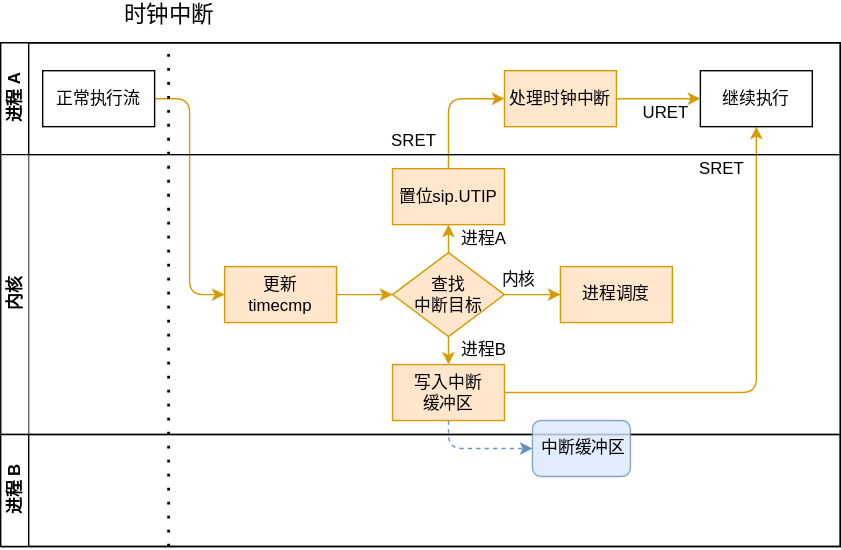
Before: docs/src/assets/uti.svg, a diagram exported from draw.io (oscomp/2021oscomp-best-kernel-design-impl). Source tidied: cells renumbered, new cells last; positions are measured from the earlier drawing's top-left corner, leaving out a move shared by most shapes.
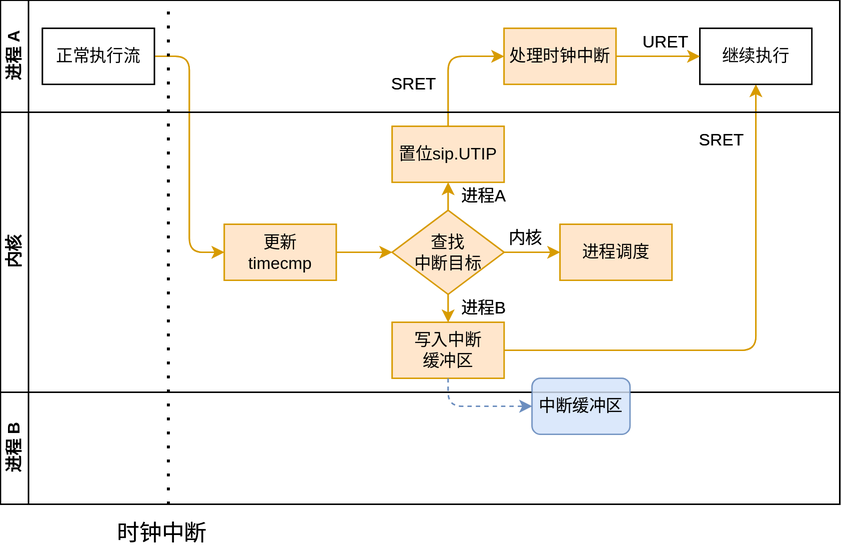
The same diagram one commit later.

The edit, as a diff of the source:
```diff
@@ -3,7 +3,7 @@
     <mxCell id="0" />
     <mxCell id="1" parent="0" />
     <mxCell id="2" style="swimlane;html=1;horizontal=0;startSize=0;" parent="1" vertex="1">
-      <mxGeometry y="30" width="600" height="360" as="geometry" />
+      <mxGeometry y="-10" width="600" height="360" as="geometry" />
     </mxCell>
     <mxCell id="3" style="edgeStyle=orthogonalEdgeStyle;rounded=1;jettySize=auto;html=1;exitX=1;exitY=0.5;exitDx=0;exitDy=0;entryX=0;entryY=0.5;entryDx=0;entryDy=0;fillColor=#ffe6cc;strokeColor=#d79b00;" parent="2" edge="1" source="7" target="18">
       <mxGeometry relative="1" as="geometry" />
@@ -36,12 +36,12 @@
       </mxGeometry>
     </mxCell>
     <mxCell id="12" value="SRET" style="text;html=1;align=center;verticalAlign=middle;" parent="6" vertex="1">
-      <mxGeometry x="270" y="60" width="50" height="20" as="geometry" />
+      <mxGeometry x="270" y="50" width="50" height="20" as="geometry" />
     </mxCell>
     <mxCell id="13" value="URET" style="text;html=1;align=center;verticalAlign=middle;" parent="6" vertex="1">
-      <mxGeometry x="450" y="40" width="50" height="20" as="geometry" />
+      <mxGeometry x="450" y="20" width="50" height="20" as="geometry" />
     </mxCell>
-    <mxCell id="14" value="内核" style="swimlane;html=1;startSize=20;horizontal=0;opacity=60;" parent="2" vertex="1">
+    <mxCell id="14" value="内核" style="swimlane;html=1;startSize=20;horizontal=0;" parent="2" vertex="1">
       <mxGeometry y="80" width="600" height="200" as="geometry" />
     </mxCell>
     <mxCell id="15" style="edgeStyle=orthogonalEdgeStyle;rounded=0;jettySize=auto;html=1;exitX=0.5;exitY=0;exitDx=0;exitDy=0;entryX=0.5;entryY=1;entryDx=0;entryDy=0;fillColor=#ffe6cc;strokeColor=#d79b00;" parent="14" edge="1" source="16" target="20">
@@ -66,7 +66,7 @@
       <mxGeometry x="320" y="50" width="50" height="20" as="geometry" />
     </mxCell>
     <mxCell id="22" value="内核" style="text;html=1;align=center;verticalAlign=middle;" parent="14" vertex="1">
-      <mxGeometry x="350" y="80" width="40" height="20" as="geometry" />
+      <mxGeometry x="355" y="80" width="40" height="20" as="geometry" />
     </mxCell>
     <mxCell id="23" value="进程调度" style="rounded=0;whiteSpace=wrap;html=1;fillColor=#ffe6cc;strokeColor=#d79b00;" parent="14" vertex="1">
       <mxGeometry x="400" y="80" width="80" height="40" as="geometry" />
@@ -81,19 +81,112 @@
       <mxGeometry relative="1" as="geometry" />
     </mxCell>
     <mxCell id="27" value="SRET" style="text;html=1;align=center;verticalAlign=middle;" parent="14" vertex="1">
-      <mxGeometry x="490" width="50" height="20" as="geometry" />
+      <mxGeometry x="490" y="10" width="50" height="20" as="geometry" />
     </mxCell>
     <mxCell id="28" value="进程 B" style="swimlane;html=1;startSize=20;horizontal=0;" parent="2" vertex="1">
       <mxGeometry y="280" width="600" height="80" as="geometry" />
     </mxCell>
-    <mxCell id="29" value="&amp;nbsp;中断缓冲区" style="rounded=1;whiteSpace=wrap;html=1;fillColor=#dae8fc;strokeColor=#6c8ebf;opacity=80;" parent="28" vertex="1">
+    <mxCell id="29" value="中断缓冲区" style="rounded=1;whiteSpace=wrap;html=1;fillColor=#dae8fc;strokeColor=#6c8ebf;opacity=80;" parent="28" vertex="1">
       <mxGeometry x="380" y="-10" width="70" height="40" as="geometry" />
     </mxCell>
     <mxCell id="30" style="edgeStyle=orthogonalEdgeStyle;rounded=1;jettySize=auto;html=1;exitX=0.5;exitY=1;exitDx=0;exitDy=0;entryX=0;entryY=0.5;entryDx=0;entryDy=0;dashed=1;fillColor=#dae8fc;strokeColor=#6c8ebf;" parent="2" edge="1" source="25" target="29">
       <mxGeometry relative="1" as="geometry" />
     </mxCell>
     <mxCell id="31" value="时钟中断" style="text;html=1;align=center;verticalAlign=middle;fontSize=16;" parent="1" vertex="1">
-      <mxGeometry x="80" width="80" height="20" as="geometry" />
+      <mxGeometry x="75" y="360" width="80" height="20" as="geometry" />
     </mxCell>
+    <mxCell id="32" style="swimlane;html=1;horizontal=0;startSize=0;" parent="1" vertex="1">
+      <mxGeometry y="-10" width="600" height="360" as="geometry" />
+    </mxCell>
+    <mxCell id="33" style="edgeStyle=orthogonalEdgeStyle;rounded=1;jettySize=auto;html=1;exitX=1;exitY=0.5;exitDx=0;exitDy=0;entryX=0;entryY=0.5;entryDx=0;entryDy=0;fillColor=#ffe6cc;strokeColor=#d79b00;" parent="32" edge="1" source="37" target="48">
+      <mxGeometry relative="1" as="geometry" />
+    </mxCell>
+    <mxCell id="34" style="edgeStyle=orthogonalEdgeStyle;rounded=1;jettySize=auto;html=1;exitX=0.5;exitY=0;exitDx=0;exitDy=0;entryX=0;entryY=0.5;entryDx=0;entryDy=0;fillColor=#ffe6cc;strokeColor=#d79b00;" parent="32" edge="1" source="50" target="39">
+      <mxGeometry relative="1" as="geometry" />
+    </mxCell>
+    <mxCell id="35" style="edgeStyle=orthogonalEdgeStyle;rounded=1;jettySize=auto;html=1;exitX=1;exitY=0.5;exitDx=0;exitDy=0;entryX=0.5;entryY=1;entryDx=0;entryDy=0;shadow=0;fillColor=#ffe6cc;strokeColor=#d79b00;" parent="32" edge="1" source="55" target="38">
+      <mxGeometry relative="1" as="geometry" />
+    </mxCell>
+    <mxCell id="36" value="进程 A" style="swimlane;html=1;startSize=20;horizontal=0;" parent="32" vertex="1">
+      <mxGeometry width="600" height="80" as="geometry" />
+    </mxCell>
+    <mxCell id="37" value="正常执行流" style="rounded=0;whiteSpace=wrap;html=1;" parent="36" vertex="1">
+      <mxGeometry x="30" y="20" width="80" height="40" as="geometry" />
+    </mxCell>
+    <mxCell id="38" value="继续执行" style="rounded=0;whiteSpace=wrap;html=1;" parent="36" vertex="1">
+      <mxGeometry x="500" y="20" width="80" height="40" as="geometry" />
+    </mxCell>
+    <mxCell id="39" value="处理时钟中断" style="whiteSpace=wrap;html=1;fillColor=#ffe6cc;strokeColor=#d79b00;" parent="36" vertex="1">
+      <mxGeometry x="360" y="20" width="80" height="40" as="geometry" />
+    </mxCell>
+    <mxCell id="40" style="edgeStyle=orthogonalEdgeStyle;rounded=0;jettySize=auto;html=1;exitX=1;exitY=0.5;exitDx=0;exitDy=0;entryX=0;entryY=0.5;entryDx=0;entryDy=0;fillColor=#ffe6cc;strokeColor=#d79b00;" parent="36" edge="1" source="39" target="38">
+      <mxGeometry relative="1" as="geometry" />
+    </mxCell>
+    <mxCell id="41" style="endArrow=none;dashed=1;html=1;dashPattern=1 4;strokeWidth=2;" parent="36" edge="1">
+      <mxGeometry relative="1" as="geometry">
+        <mxPoint x="120" y="360" as="sourcePoint" />
+        <mxPoint x="120" as="targetPoint" />
+      </mxGeometry>
+    </mxCell>
+    <mxCell id="42" value="SRET" style="text;html=1;align=center;verticalAlign=middle;" parent="36" vertex="1">
+      <mxGeometry x="270" y="50" width="50" height="20" as="geometry" />
+    </mxCell>
+    <mxCell id="43" value="URET" style="text;html=1;align=center;verticalAlign=middle;" parent="36" vertex="1">
+      <mxGeometry x="450" y="20" width="50" height="20" as="geometry" />
+    </mxCell>
+    <mxCell id="44" value="内核" style="swimlane;html=1;startSize=20;horizontal=0;" parent="32" vertex="1">
+      <mxGeometry y="80" width="600" height="200" as="geometry" />
+    </mxCell>
+    <mxCell id="45" style="edgeStyle=orthogonalEdgeStyle;rounded=0;jettySize=auto;html=1;exitX=0.5;exitY=0;exitDx=0;exitDy=0;entryX=0.5;entryY=1;entryDx=0;entryDy=0;fillColor=#ffe6cc;strokeColor=#d79b00;" parent="44" edge="1" source="46" target="50">
+      <mxGeometry relative="1" as="geometry" />
+    </mxCell>
+    <mxCell id="46" value="查找&lt;br&gt;中断目标" style="rhombus;whiteSpace=wrap;html=1;fillColor=#ffe6cc;strokeColor=#d79b00;" parent="44" vertex="1">
+      <mxGeometry x="280" y="70" width="80" height="60" as="geometry" />
+    </mxCell>
+    <mxCell id="47" style="edgeStyle=orthogonalEdgeStyle;rounded=0;jettySize=auto;html=1;exitX=1;exitY=0.5;exitDx=0;exitDy=0;entryX=0;entryY=0.5;entryDx=0;entryDy=0;fillColor=#ffe6cc;strokeColor=#d79b00;" parent="44" edge="1" source="48" target="46">
+      <mxGeometry relative="1" as="geometry" />
+    </mxCell>
+    <mxCell id="48" value="更新&lt;br&gt;timecmp" style="rounded=0;whiteSpace=wrap;html=1;fillColor=#ffe6cc;strokeColor=#d79b00;" parent="44" vertex="1">
+      <mxGeometry x="160" y="80" width="80" height="40" as="geometry" />
+    </mxCell>
+    <mxCell id="49" value="进程B" style="text;html=1;align=center;verticalAlign=middle;" parent="44" vertex="1">
+      <mxGeometry x="320" y="130" width="50" height="20" as="geometry" />
+    </mxCell>
+    <mxCell id="50" value="置位sip.UTIP" style="rounded=0;whiteSpace=wrap;html=1;fillColor=#ffe6cc;strokeColor=#d79b00;" parent="44" vertex="1">
+      <mxGeometry x="280" y="10" width="80" height="40" as="geometry" />
+    </mxCell>
+    <mxCell id="51" value="进程A" style="text;html=1;align=center;verticalAlign=middle;" parent="44" vertex="1">
+      <mxGeometry x="320" y="50" width="50" height="20" as="geometry" />
+    </mxCell>
+    <mxCell id="52" value="内核" style="text;html=1;align=center;verticalAlign=middle;" parent="44" vertex="1">
+      <mxGeometry x="355" y="80" width="40" height="20" as="geometry" />
+    </mxCell>
+    <mxCell id="53" value="进程调度" style="rounded=0;whiteSpace=wrap;html=1;fillColor=#ffe6cc;strokeColor=#d79b00;" parent="44" vertex="1">
+      <mxGeometry x="400" y="80" width="80" height="40" as="geometry" />
+    </mxCell>
+    <mxCell id="54" style="edgeStyle=orthogonalEdgeStyle;rounded=0;jettySize=auto;html=1;exitX=1;exitY=0.5;exitDx=0;exitDy=0;entryX=0;entryY=0.5;entryDx=0;entryDy=0;fillColor=#ffe6cc;strokeColor=#d79b00;" parent="44" edge="1" source="46" target="53">
+      <mxGeometry relative="1" as="geometry" />
+    </mxCell>
+    <mxCell id="55" value="写入中断&lt;br&gt;缓冲区" style="rounded=0;whiteSpace=wrap;html=1;fillColor=#ffe6cc;strokeColor=#d79b00;" parent="44" vertex="1">
+      <mxGeometry x="280" y="150" width="80" height="40" as="geometry" />
+    </mxCell>
+    <mxCell id="56" style="edgeStyle=orthogonalEdgeStyle;rounded=0;jettySize=auto;html=1;exitX=0.5;exitY=1;exitDx=0;exitDy=0;entryX=0.5;entryY=0;entryDx=0;entryDy=0;fillColor=#ffe6cc;strokeColor=#d79b00;" parent="44" edge="1" source="46" target="55">
+      <mxGeometry relative="1" as="geometry" />
+    </mxCell>
+    <mxCell id="57" value="SRET" style="text;html=1;align=center;verticalAlign=middle;" parent="44" vertex="1">
+      <mxGeometry x="490" y="10" width="50" height="20" as="geometry" />
+    </mxCell>
+    <mxCell id="58" value="进程 B" style="swimlane;html=1;startSize=20;horizontal=0;" parent="32" vertex="1">
+      <mxGeometry y="280" width="600" height="80" as="geometry" />
+    </mxCell>
+    <mxCell id="59" value="中断缓冲区" style="rounded=1;whiteSpace=wrap;html=1;fillColor=#dae8fc;strokeColor=#6c8ebf;opacity=80;" parent="58" vertex="1">
+      <mxGeometry x="380" y="-10" width="70" height="40" as="geometry" />
+    </mxCell>
+    <mxCell id="60" style="edgeStyle=orthogonalEdgeStyle;rounded=1;jettySize=auto;html=1;exitX=0.5;exitY=1;exitDx=0;exitDy=0;entryX=0;entryY=0.5;entryDx=0;entryDy=0;dashed=1;fillColor=#dae8fc;strokeColor=#6c8ebf;" parent="32" edge="1" source="55" target="59">
+      <mxGeometry relative="1" as="geometry" />
+    </mxCell>
+    <mxCell id="61" value="时钟中断" style="text;html=1;align=center;verticalAlign=middle;fontSize=16;" parent="1" vertex="1">
+      <mxGeometry x="75" y="360" width="80" height="20" as="geometry" />
+    </mxCell>
   </root>
 </mxGraphModel>
```
